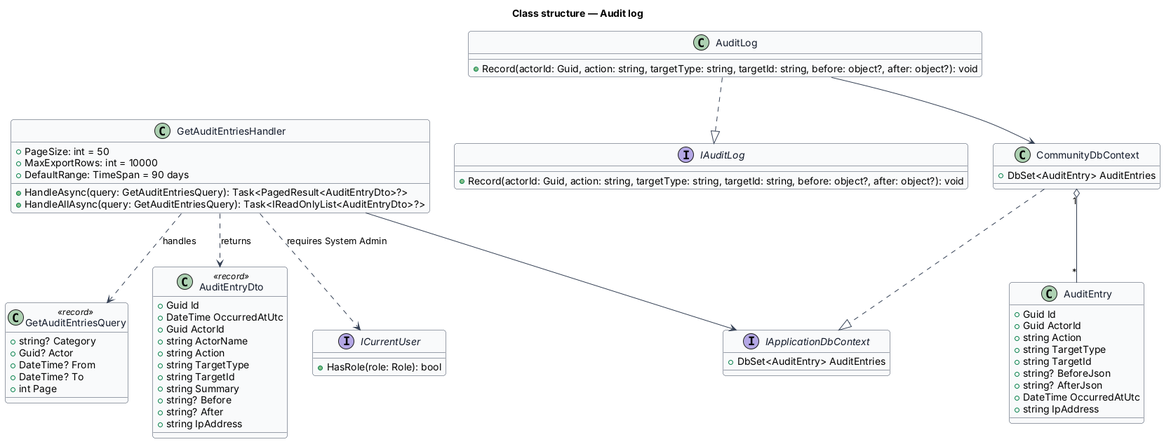
Before: docs/detailed-designs/admin/audit-log/diagrams/class-structure.png, a diagram exported from PlantUML (QuinntyneBrown/faithtech-community).
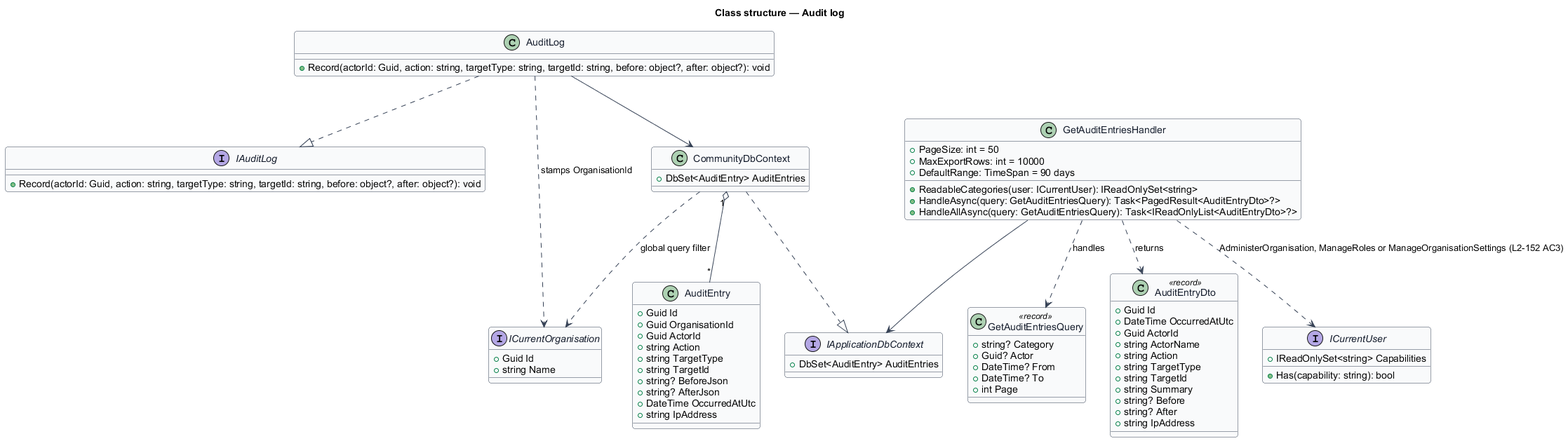
The same file after the commit.

The edit, as a diff of the source:
```diff
@@ -12,6 +12,7 @@
 title Class structure — Audit log
 class AuditEntry {
   +Guid Id
+  +Guid OrganisationId
   +Guid ActorId
   +string Action
   +string TargetType
@@ -51,11 +52,17 @@
   +PageSize: int = 50
   +MaxExportRows: int = 10000
   +DefaultRange: TimeSpan = 90 days
+  +ReadableCategories(user: ICurrentUser): IReadOnlySet<string>
   +HandleAsync(query: GetAuditEntriesQuery): Task<PagedResult<AuditEntryDto>?>
   +HandleAllAsync(query: GetAuditEntriesQuery): Task<IReadOnlyList<AuditEntryDto>?>
 }
+interface ICurrentOrganisation {
+  +Guid Id
+  +string Name
+}
 interface ICurrentUser {
-  +HasRole(role: Role): bool
+  +IReadOnlySet<string> Capabilities
+  +Has(capability: string): bool
 }
 interface IApplicationDbContext {
   +DbSet<AuditEntry> AuditEntries
@@ -65,10 +72,12 @@
 }
 AuditLog ..|> IAuditLog
 AuditLog --> CommunityDbContext
+AuditLog ..> ICurrentOrganisation : stamps OrganisationId
 CommunityDbContext ..|> IApplicationDbContext
+CommunityDbContext ..> ICurrentOrganisation : global query filter
 GetAuditEntriesHandler ..> GetAuditEntriesQuery : handles
 GetAuditEntriesHandler ..> AuditEntryDto : returns
 GetAuditEntriesHandler --> IApplicationDbContext
-GetAuditEntriesHandler ..> ICurrentUser : requires System Admin
+GetAuditEntriesHandler ..> ICurrentUser : AdministerOrganisation, ManageRoles or ManageOrganisationSettings (L2-152 AC3)
 CommunityDbContext "1" o-- "*" AuditEntry
 @enduml
```
